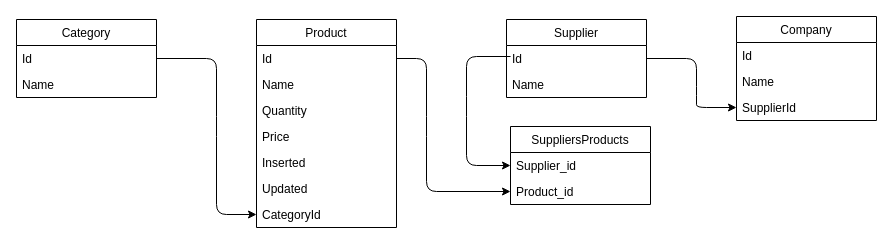
The draw.io diagram docs/database.drawio in wellingtonJuniorDev/aspnetcore-nhibernate, before the edit. Source tidied: cells renumbered, new cells numbered last; positions are measured from the earlier drawing's top-left corner, leaving out a move shared by most shapes. Both pictures are drawn from the tidied source at 100%, with x=0, y=0 at pixel (16, 16).
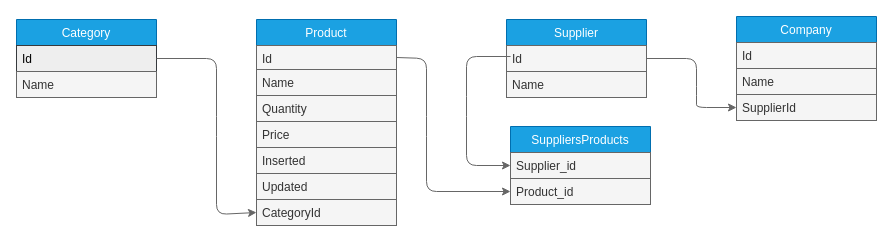
The same page after the edit.

Diff of the diagram source:
```diff
@@
-    <mxCell id="2" value="Category" style="swimlane;fontStyle=0;horizontal=1;startSize=26;" parent="1" vertex="1">
+    <mxCell id="2" value="Category" style="swimlane;fontStyle=0;horizontal=1;startSize=26;fillColor=#1ba1e2;strokeColor=#006EAF;fontColor=#ffffff;" parent="1" vertex="1">
       <mxGeometry y="3" width="140" height="78" as="geometry" />
     </mxCell>
-    <mxCell id="3" value="Id" style="text;strokeColor=none;fillColor=none;align=left;verticalAlign=top;spacingLeft=4;spacingRight=4;overflow=hidden;points=[[0,0.5],[1,0.5]];portConstraint=eastwest;" parent="2" vertex="1">
+    <mxCell id="3" value="Id" style="text;strokeColor=#36393d;fillColor=#eeeeee;align=left;verticalAlign=top;spacingLeft=4;spacingRight=4;overflow=hidden;points=[[0,0.5],[1,0.5]];portConstraint=eastwest;fontColor=#000000;" parent="2" vertex="1">
       <mxGeometry y="26" width="140" height="26" as="geometry" />
     </mxCell>
-    <mxCell id="4" value="Name" style="text;strokeColor=none;fillColor=none;align=left;verticalAlign=top;spacingLeft=4;spacingRight=4;overflow=hidden;" parent="2" vertex="1">
+    <mxCell id="4" value="Name" style="text;strokeColor=#666666;fillColor=#f5f5f5;align=left;verticalAlign=top;spacingLeft=4;spacingRight=4;overflow=hidden;fontColor=#333333;" parent="2" vertex="1">
       <mxGeometry y="52" width="140" height="26" as="geometry" />
     </mxCell>
-    <mxCell id="5" value="Product" style="swimlane;fontStyle=0;horizontal=1;startSize=26;" parent="1" vertex="1">
-      <mxGeometry x="240" y="3" width="140" height="208" as="geometry" />
+    <mxCell id="5" value="Product" style="swimlane;fontStyle=0;horizontal=1;startSize=26;fillColor=#1ba1e2;strokeColor=#006EAF;fontColor=#ffffff;" parent="1" vertex="1">
+      <mxGeometry x="240" y="3" width="140" height="206" as="geometry" />
     </mxCell>
-    <mxCell id="6" value="Id" style="text;strokeColor=none;fillColor=none;align=left;verticalAlign=top;spacingLeft=4;spacingRight=4;overflow=hidden;points=[[0,0.5],[1,0.5]];portConstraint=eastwest;" parent="5" vertex="1">
-      <mxGeometry y="26" width="140" height="26" as="geometry" />
+    <mxCell id="6" value="Id" style="text;strokeColor=#666666;fillColor=#f5f5f5;align=left;verticalAlign=top;spacingLeft=4;spacingRight=4;overflow=hidden;points=[[0,0.5],[1,0.5]];portConstraint=eastwest;fontColor=#333333;" parent="5" vertex="1">
+      <mxGeometry y="26" width="140" height="24" as="geometry" />
     </mxCell>
-    <mxCell id="7" value="Name" style="text;strokeColor=none;fillColor=none;align=left;verticalAlign=top;spacingLeft=4;spacingRight=4;overflow=hidden;" parent="5" vertex="1">
-      <mxGeometry y="52" width="140" height="26" as="geometry" />
+    <mxCell id="7" value="Name" style="text;strokeColor=#666666;fillColor=#f5f5f5;align=left;verticalAlign=top;spacingLeft=4;spacingRight=4;overflow=hidden;fontColor=#333333;" parent="5" vertex="1">
+      <mxGeometry y="50" width="140" height="26" as="geometry" />
     </mxCell>
-    <mxCell id="8" value="Quantity" style="text;strokeColor=none;fillColor=none;align=left;verticalAlign=top;spacingLeft=4;spacingRight=4;overflow=hidden;" parent="5" vertex="1">
-      <mxGeometry y="78" width="140" height="26" as="geometry" />
+    <mxCell id="8" value="Quantity" style="text;strokeColor=#666666;fillColor=#f5f5f5;align=left;verticalAlign=top;spacingLeft=4;spacingRight=4;overflow=hidden;fontColor=#333333;" parent="5" vertex="1">
+      <mxGeometry y="76" width="140" height="26" as="geometry" />
     </mxCell>
-    <mxCell id="9" value="Price" style="text;strokeColor=none;fillColor=none;align=left;verticalAlign=top;spacingLeft=4;spacingRight=4;overflow=hidden;" parent="5" vertex="1">
-      <mxGeometry y="104" width="140" height="26" as="geometry" />
+    <mxCell id="9" value="Price" style="text;strokeColor=#666666;fillColor=#f5f5f5;align=left;verticalAlign=top;spacingLeft=4;spacingRight=4;overflow=hidden;fontColor=#333333;" parent="5" vertex="1">
+      <mxGeometry y="102" width="140" height="26" as="geometry" />
     </mxCell>
-    <mxCell id="10" value="Inserted" style="text;strokeColor=none;fillColor=none;align=left;verticalAlign=top;spacingLeft=4;spacingRight=4;overflow=hidden;" parent="5" vertex="1">
-      <mxGeometry y="130" width="140" height="26" as="geometry" />
+    <mxCell id="10" value="Inserted" style="text;strokeColor=#666666;fillColor=#f5f5f5;align=left;verticalAlign=top;spacingLeft=4;spacingRight=4;overflow=hidden;fontColor=#333333;" parent="5" vertex="1">
+      <mxGeometry y="128" width="140" height="26" as="geometry" />
     </mxCell>
-    <mxCell id="11" value="Updated" style="text;strokeColor=none;fillColor=none;align=left;verticalAlign=top;spacingLeft=4;spacingRight=4;overflow=hidden;" parent="5" vertex="1">
-      <mxGeometry y="156" width="140" height="26" as="geometry" />
+    <mxCell id="11" value="Updated" style="text;strokeColor=#666666;fillColor=#f5f5f5;align=left;verticalAlign=top;spacingLeft=4;spacingRight=4;overflow=hidden;fontColor=#333333;" parent="5" vertex="1">
+      <mxGeometry y="154" width="140" height="26" as="geometry" />
     </mxCell>
-    <mxCell id="12" value="CategoryId" style="text;strokeColor=none;fillColor=none;align=left;verticalAlign=top;spacingLeft=4;spacingRight=4;overflow=hidden;points=[[0,0.5],[1,0.5]];portConstraint=eastwest;" parent="5" vertex="1">
-      <mxGeometry y="182" width="140" height="26" as="geometry" />
+    <mxCell id="12" value="CategoryId" style="text;strokeColor=#666666;fillColor=#f5f5f5;align=left;verticalAlign=top;spacingLeft=4;spacingRight=4;overflow=hidden;points=[[0,0.5],[1,0.5]];portConstraint=eastwest;fontColor=#333333;" parent="5" vertex="1">
+      <mxGeometry y="180" width="140" height="26" as="geometry" />
     </mxCell>
-    <mxCell id="13" value="Company" style="swimlane;fontStyle=0;horizontal=1;startSize=26;" parent="1" vertex="1">
+    <mxCell id="13" value="Company" style="swimlane;fontStyle=0;horizontal=1;startSize=26;fillColor=#1ba1e2;strokeColor=#006EAF;fontColor=#ffffff;" parent="1" vertex="1">
       <mxGeometry x="720" width="140" height="104" as="geometry" />
     </mxCell>
-    <mxCell id="14" value="Id" style="text;strokeColor=none;fillColor=none;align=left;verticalAlign=top;spacingLeft=4;spacingRight=4;overflow=hidden;" parent="13" vertex="1">
+    <mxCell id="14" value="Id" style="text;strokeColor=#666666;fillColor=#f5f5f5;align=left;verticalAlign=top;spacingLeft=4;spacingRight=4;overflow=hidden;fontColor=#333333;" parent="13" vertex="1">
       <mxGeometry y="26" width="140" height="26" as="geometry" />
     </mxCell>
-    <mxCell id="15" value="Name" style="text;strokeColor=none;fillColor=none;align=left;verticalAlign=top;spacingLeft=4;spacingRight=4;overflow=hidden;" parent="13" vertex="1">
+    <mxCell id="15" value="Name" style="text;strokeColor=#666666;fillColor=#f5f5f5;align=left;verticalAlign=top;spacingLeft=4;spacingRight=4;overflow=hidden;fontColor=#333333;" parent="13" vertex="1">
       <mxGeometry y="52" width="140" height="26" as="geometry" />
     </mxCell>
-    <mxCell id="16" value="SupplierId" style="text;align=left;verticalAlign=top;spacingLeft=4;spacingRight=4;overflow=hidden;points=[[0,0.5],[1,0.5]];portConstraint=eastwest;" parent="13" vertex="1">
+    <mxCell id="16" value="SupplierId" style="text;align=left;verticalAlign=top;spacingLeft=4;spacingRight=4;overflow=hidden;points=[[0,0.5],[1,0.5]];portConstraint=eastwest;fillColor=#f5f5f5;strokeColor=#666666;fontColor=#333333;" parent="13" vertex="1">
       <mxGeometry y="78" width="140" height="26" as="geometry" />
     </mxCell>
-    <mxCell id="17" value="Supplier" style="swimlane;fontStyle=0;horizontal=1;startSize=26;" parent="1" vertex="1">
+    <mxCell id="17" value="Supplier" style="swimlane;fontStyle=0;horizontal=1;startSize=26;fillColor=#1ba1e2;strokeColor=#006EAF;fontColor=#ffffff;" parent="1" vertex="1">
       <mxGeometry x="490" y="3" width="140" height="78" as="geometry" />
     </mxCell>
-    <mxCell id="18" value="Id" style="text;strokeColor=none;fillColor=none;align=left;verticalAlign=top;spacingLeft=4;spacingRight=4;overflow=hidden;points=[[0,0.5],[1,0.5]];portConstraint=eastwest;" parent="17" vertex="1">
+    <mxCell id="18" value="Id" style="text;strokeColor=#666666;fillColor=#f5f5f5;align=left;verticalAlign=top;spacingLeft=4;spacingRight=4;overflow=hidden;points=[[0,0.5],[1,0.5]];portConstraint=eastwest;fontColor=#333333;" parent="17" vertex="1">
       <mxGeometry y="26" width="140" height="26" as="geometry" />
     </mxCell>
-    <mxCell id="19" value="Name" style="text;strokeColor=none;fillColor=none;align=left;verticalAlign=top;spacingLeft=4;spacingRight=4;overflow=hidden;" parent="17" vertex="1">
+    <mxCell id="19" value="Name" style="text;strokeColor=#666666;fillColor=#f5f5f5;align=left;verticalAlign=top;spacingLeft=4;spacingRight=4;overflow=hidden;fontColor=#333333;" parent="17" vertex="1">
       <mxGeometry y="52" width="140" height="26" as="geometry" />
     </mxCell>
-    <mxCell id="20" value="SuppliersProducts" style="swimlane;fontStyle=0;horizontal=1;startSize=26;" parent="1" vertex="1">
+    <mxCell id="20" value="SuppliersProducts" style="swimlane;fontStyle=0;horizontal=1;startSize=26;fillColor=#1ba1e2;strokeColor=#006EAF;fontColor=#ffffff;" parent="1" vertex="1">
       <mxGeometry x="494" y="110" width="140" height="78" as="geometry" />
     </mxCell>
-    <mxCell id="21" value="Supplier_id" style="text;strokeColor=none;fillColor=none;align=left;verticalAlign=top;spacingLeft=4;spacingRight=4;overflow=hidden;points=[[0,0.5],[1,0.5]];portConstraint=eastwest;" parent="20" vertex="1">
+    <mxCell id="21" value="Supplier_id" style="text;strokeColor=#666666;fillColor=#f5f5f5;align=left;verticalAlign=top;spacingLeft=4;spacingRight=4;overflow=hidden;points=[[0,0.5],[1,0.5]];portConstraint=eastwest;fontColor=#333333;" parent="20" vertex="1">
       <mxGeometry y="26" width="140" height="26" as="geometry" />
     </mxCell>
-    <mxCell id="22" value="Product_id" style="text;strokeColor=none;fillColor=none;align=left;verticalAlign=top;spacingLeft=4;spacingRight=4;overflow=hidden;points=[[0,0.5],[1,0.5]];portConstraint=eastwest;" parent="20" vertex="1">
+    <mxCell id="22" value="Product_id" style="text;strokeColor=#666666;fillColor=#f5f5f5;align=left;verticalAlign=top;spacingLeft=4;spacingRight=4;overflow=hidden;points=[[0,0.5],[1,0.5]];portConstraint=eastwest;fontColor=#333333;" parent="20" vertex="1">
       <mxGeometry y="52" width="140" height="26" as="geometry" />
     </mxCell>
-    <mxCell id="23" style="edgeStyle=none;html=1;entryX=0;entryY=0.5;entryDx=0;entryDy=0;exitX=1;exitY=0.5;exitDx=0;exitDy=0;" parent="1" edge="1" source="3" target="12">
+    <mxCell id="23" style="edgeStyle=none;html=1;entryX=0;entryY=0.5;entryDx=0;entryDy=0;exitX=1;exitY=0.5;exitDx=0;exitDy=0;fillColor=#f5f5f5;strokeColor=#666666;" parent="1" edge="1" source="3" target="12">
       <mxGeometry relative="1" as="geometry">
         <Array as="points">
           <mxPoint x="200" y="42" />
           <mxPoint x="200" y="110" />
           <mxPoint x="200" y="198" />
         </Array>
       </mxGeometry>
     </mxCell>
-    <mxCell id="24" style="edgeStyle=none;html=1;exitX=0.029;exitY=0.423;exitDx=0;exitDy=0;entryX=0;entryY=0.5;entryDx=0;entryDy=0;exitPerimeter=0;" parent="1" edge="1" source="18" target="21">
+    <mxCell id="24" style="edgeStyle=none;html=1;exitX=0.029;exitY=0.423;exitDx=0;exitDy=0;entryX=0;entryY=0.5;entryDx=0;entryDy=0;exitPerimeter=0;fillColor=#f5f5f5;strokeColor=#666666;" parent="1" edge="1" source="18" target="21">
       <mxGeometry relative="1" as="geometry">
         <Array as="points">
           <mxPoint x="450" y="40" />
           <mxPoint x="450" y="90" />
           <mxPoint x="450" y="149" />
         </Array>
       </mxGeometry>
     </mxCell>
-    <mxCell id="25" style="edgeStyle=none;html=1;entryX=0;entryY=0.5;entryDx=0;entryDy=0;exitX=1;exitY=0.5;exitDx=0;exitDy=0;" parent="1" edge="1" source="6" target="22">
+    <mxCell id="25" style="edgeStyle=none;html=1;entryX=0;entryY=0.5;entryDx=0;entryDy=0;exitX=1;exitY=0.5;exitDx=0;exitDy=0;fillColor=#f5f5f5;strokeColor=#666666;" parent="1" edge="1" source="6" target="22">
       <mxGeometry relative="1" as="geometry">
         <Array as="points">
           <mxPoint x="410" y="42" />
           <mxPoint x="410" y="110" />
           <mxPoint x="410" y="175" />
         </Array>
       </mxGeometry>
     </mxCell>
-    <mxCell id="26" style="edgeStyle=none;html=1;entryX=0;entryY=0.5;entryDx=0;entryDy=0;exitX=1;exitY=0.5;exitDx=0;exitDy=0;" parent="1" edge="1" source="18" target="16">
+    <mxCell id="26" style="edgeStyle=none;html=1;entryX=0;entryY=0.5;entryDx=0;entryDy=0;exitX=1;exitY=0.5;exitDx=0;exitDy=0;fillColor=#f5f5f5;strokeColor=#666666;" parent="1" edge="1" source="18" target="16">
       <mxGeometry relative="1" as="geometry">
         <Array as="points">
           <mxPoint x="680" y="42" />
           <mxPoint x="680" y="80" />
           <mxPoint x="680" y="91" />
         </Array>
       </mxGeometry>
     </mxCell>
```
